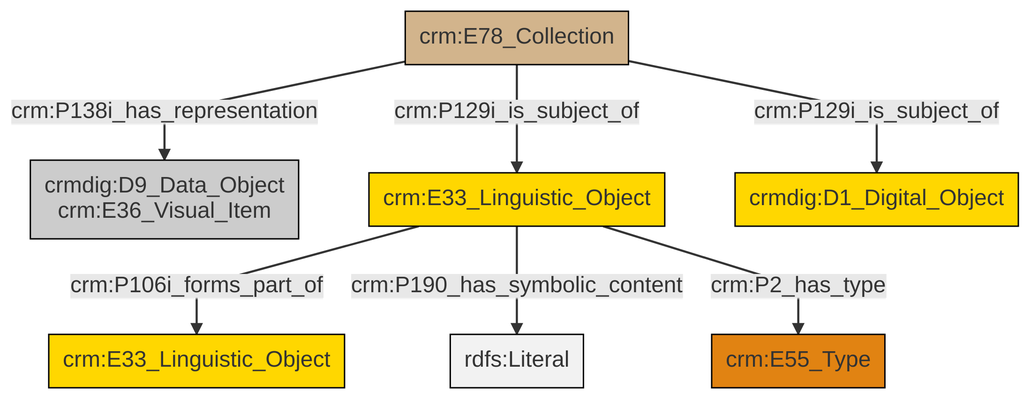
swiss-art-research-net/docs.swissartresearch keeps this Mermaid diagram as et/archivalCSV/ttl/mmd/png/archival_docs.png. Above is the earlier version. Its source is kept beside it as et/archivalCSV/ttl/mmd/archival_docs.ttl.mmd.
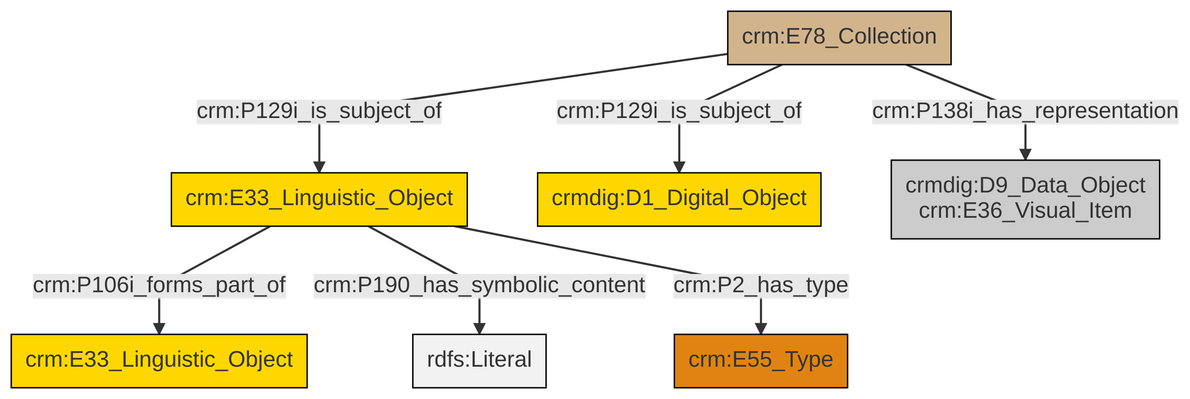
The same file after the commit.

Change to the diagram source:
```diff
@@ -13,9 +13,9 @@
 classDef PC_Classes fill:#4ce600, stroke:#000000;
 classDef Multi fill:#cccccc,stroke:#000000;
 
-4["crm:E33_Linguistic_Object"]:::Conceptual_Object -->|crm:P106i_forms_part_of| 5["crm:E33_Linguistic_Object"]:::Conceptual_Object
-0["crm:E78_Collection"]:::Physical_Thing -->|crm:P129i_is_subject_of| 4["crm:E33_Linguistic_Object"]:::Conceptual_Object
-4["crm:E33_Linguistic_Object"]:::Conceptual_Object -->|crm:P190_has_symbolic_content| 7[rdfs:Literal]:::Literal
-0["crm:E78_Collection"]:::Physical_Thing -->|crm:P138i_has_representation| 2["crmdig:D9_Data_Object<br>crm:E36_Visual_Item"]:::Multi
-0["crm:E78_Collection"]:::Physical_Thing -->|crm:P129i_is_subject_of| 11["crmdig:D1_Digital_Object"]:::Conceptual_Object
-4["crm:E33_Linguistic_Object"]:::Conceptual_Object -->|crm:P2_has_type| 8["crm:E55_Type"]:::Type
+4["crm:E33_Linguistic_Object"]:::Conceptual_Object -->|crm:P106i_forms_part_of| 2["crm:E33_Linguistic_Object"]:::Conceptual_Object
+4["crm:E33_Linguistic_Object"]:::Conceptual_Object -->|crm:P190_has_symbolic_content| 12[rdfs:Literal]:::Literal
+4["crm:E33_Linguistic_Object"]:::Conceptual_Object -->|crm:P2_has_type| 0["crm:E55_Type"]:::Type
+8["crm:E78_Collection"]:::Physical_Thing -->|crm:P129i_is_subject_of| 6["crmdig:D1_Digital_Object"]:::Conceptual_Object
+8["crm:E78_Collection"]:::Physical_Thing -->|crm:P129i_is_subject_of| 4["crm:E33_Linguistic_Object"]:::Conceptual_Object
+8["crm:E78_Collection"]:::Physical_Thing -->|crm:P138i_has_representation| 10["crmdig:D9_Data_Object<br>crm:E36_Visual_Item"]:::Multi
```
